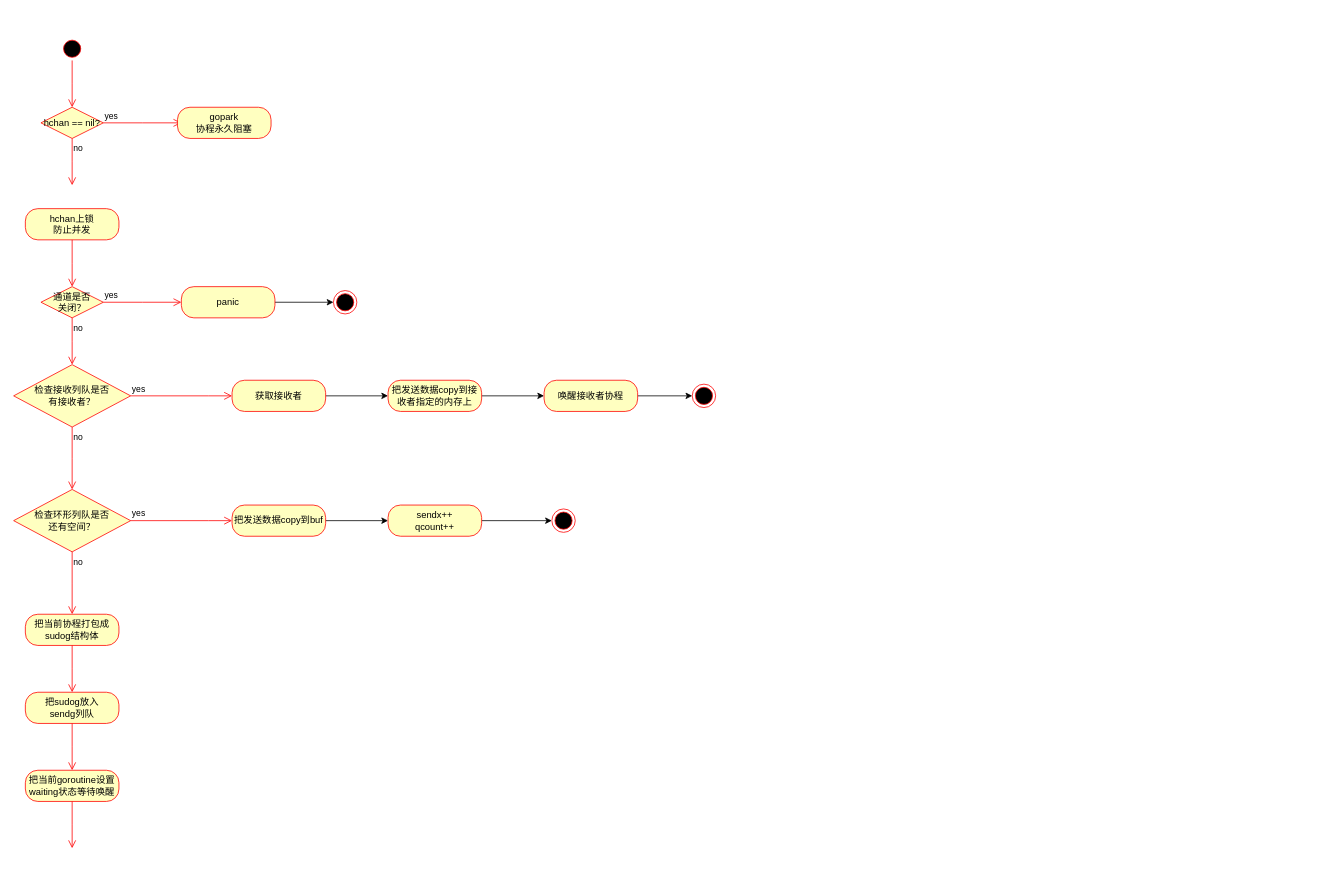
Above: golang.drawio in jxu86/project-uml (draw.io), before the change. Source tidied: cells renumbered, new cells numbered last; positions are measured from the earlier drawing's top-left corner, leaving out a move shared by most shapes. Both pictures are drawn from the tidied source at 78%, with x=0, y=0 at pixel (13, 37).
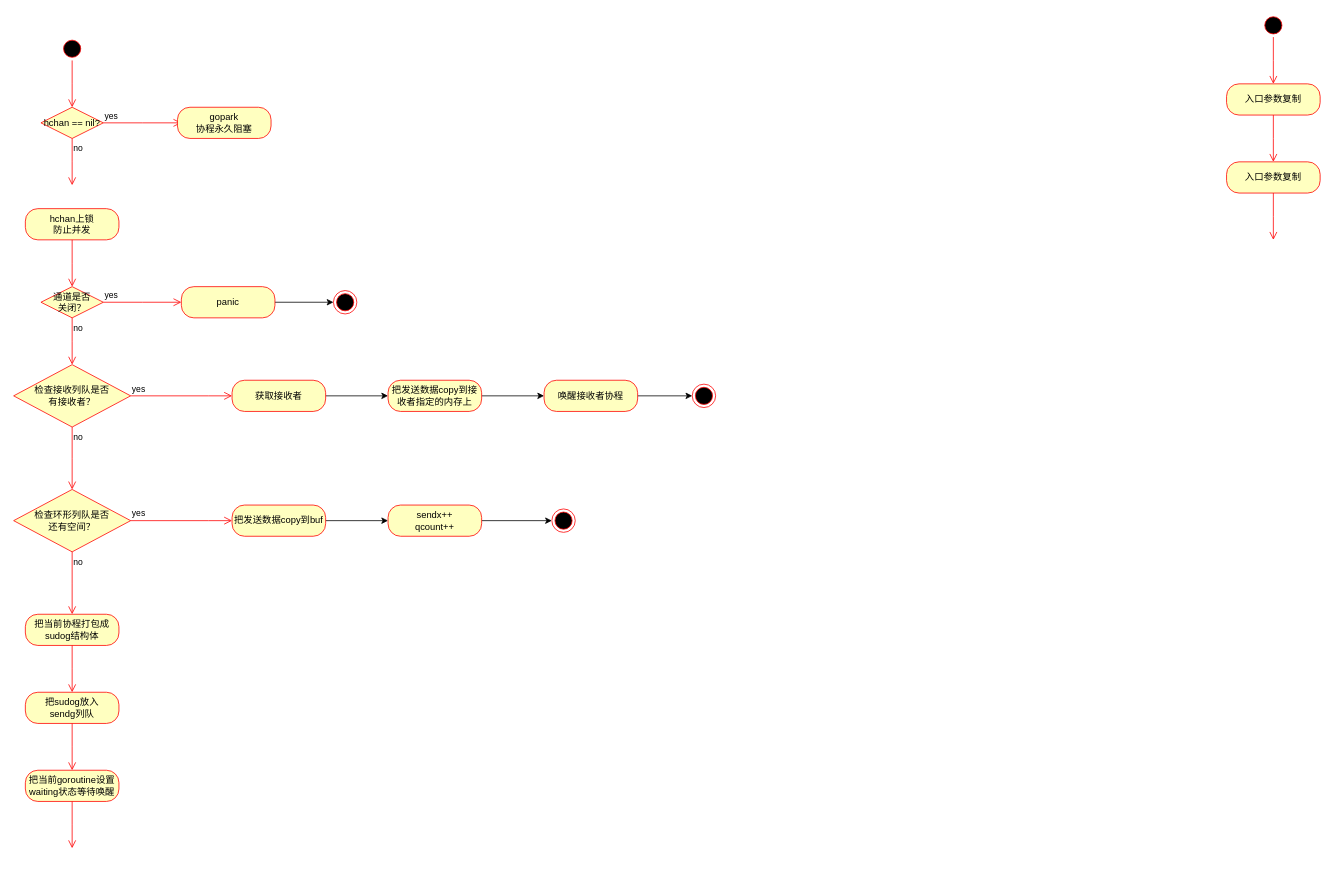
The same diagram, later.

The edit, as a diff of the source:
```diff
@@
+    <mxCell id="40" style="ellipse;html=1;shape=startState;fillColor=#000000;strokeColor=#ff0000;" parent="1" vertex="1">
+      <mxGeometry x="1600" y="-30" width="30" height="30" as="geometry" />
+    </mxCell>
+    <mxCell id="41" style="edgeStyle=orthogonalEdgeStyle;html=1;verticalAlign=bottom;endArrow=open;endSize=8;strokeColor=#ff0000;rounded=0;" parent="1" edge="1" source="40">
+      <mxGeometry relative="1" as="geometry">
+        <mxPoint x="1615" y="60" as="targetPoint" />
+      </mxGeometry>
+    </mxCell>
+    <mxCell id="42" value="入口参数复制" style="rounded=1;whiteSpace=wrap;html=1;arcSize=40;fontColor=#000000;fillColor=#ffffc0;strokeColor=#ff0000;" parent="1" vertex="1">
+      <mxGeometry x="1555" y="60" width="120" height="40" as="geometry" />
+    </mxCell>
+    <mxCell id="43" style="edgeStyle=orthogonalEdgeStyle;html=1;verticalAlign=bottom;endArrow=open;endSize=8;strokeColor=#ff0000;rounded=0;" parent="1" edge="1" source="42">
+      <mxGeometry relative="1" as="geometry">
+        <mxPoint x="1615" y="160" as="targetPoint" />
+      </mxGeometry>
+    </mxCell>
+    <mxCell id="44" value="入口参数复制" style="rounded=1;whiteSpace=wrap;html=1;arcSize=40;fontColor=#000000;fillColor=#ffffc0;strokeColor=#ff0000;" parent="1" vertex="1">
+      <mxGeometry x="1555" y="160" width="120" height="40" as="geometry" />
+    </mxCell>
+    <mxCell id="45" style="edgeStyle=orthogonalEdgeStyle;html=1;verticalAlign=bottom;endArrow=open;endSize=8;strokeColor=#ff0000;rounded=0;" parent="1" edge="1" source="44">
+      <mxGeometry relative="1" as="geometry">
+        <mxPoint x="1615" y="260" as="targetPoint" />
+      </mxGeometry>
+    </mxCell>
```
